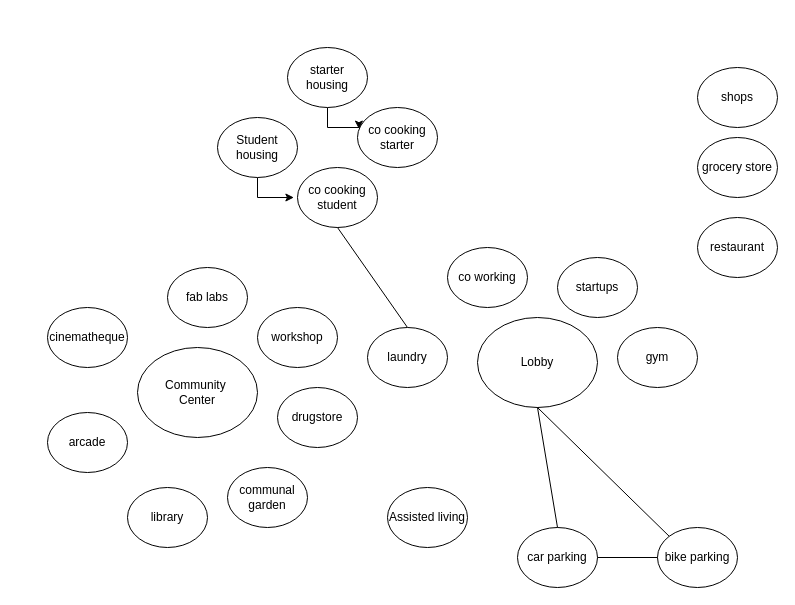
Before: webpage/docs/pdf/Metro_diag.drawio in Demnity/spatial_computing, a draw.io diagram. Source tidied: cells renumbered, new cells numbered last; positions are measured from the earlier drawing's top-left corner, leaving out a move shared by most shapes. Both pictures are drawn from the tidied source at 100%, with x=0, y=0 at pixel (47, 47).
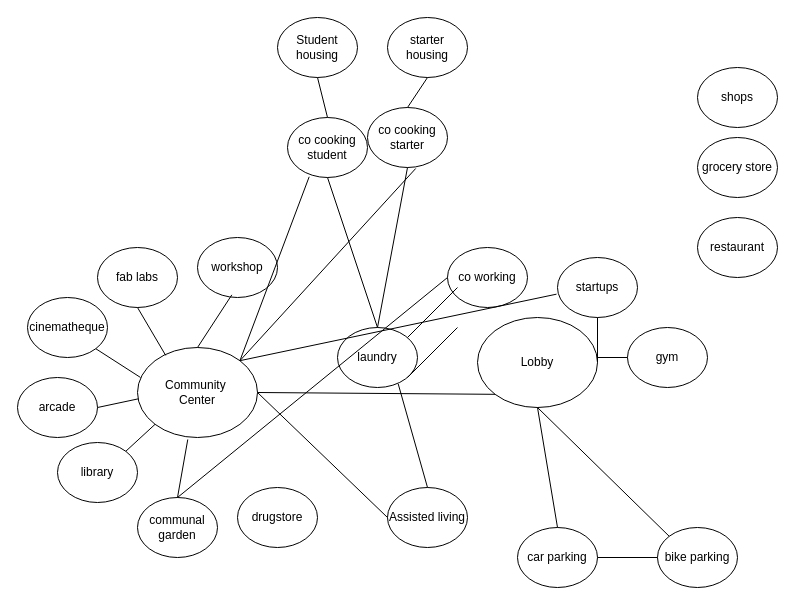
The same diagram, later.

Unchanged cells that the change refers to:
```xml
<mxCell id="7" value="Assisted living" style="ellipse;whiteSpace=wrap;html=1;" parent="1" vertex="1">
  <mxGeometry x="340" y="440" width="80" height="60" as="geometry" />
</mxCell>
<mxCell id="10" value="startups" style="ellipse;whiteSpace=wrap;html=1;" parent="1" vertex="1">
  <mxGeometry x="510" y="210" width="80" height="60" as="geometry" />
</mxCell>
<mxCell id="21" value="co working" style="ellipse;whiteSpace=wrap;html=1;" parent="1" vertex="1">
  <mxGeometry x="400" y="200" width="80" height="60" as="geometry" />
</mxCell>
<mxCell id="23" value="Community&amp;nbsp;&lt;br&gt;Center" style="ellipse;whiteSpace=wrap;html=1;" parent="1" vertex="1">
  <mxGeometry x="90" y="300" width="120" height="90" as="geometry" />
</mxCell>
<mxCell id="24" value="Lobby" style="ellipse;whiteSpace=wrap;html=1;" parent="1" vertex="1">
  <mxGeometry x="430" y="270" width="120" height="90" as="geometry" />
</mxCell>
```

Diff of the diagram source:
```diff
@@
     <mxCell id="2" value="arcade" style="ellipse;whiteSpace=wrap;html=1;" parent="1" vertex="1">
-      <mxGeometry y="365" width="80" height="60" as="geometry" />
+      <mxGeometry x="-30" y="330" width="80" height="60" as="geometry" />
     </mxCell>
@@
     <mxCell id="4" value="workshop" style="ellipse;whiteSpace=wrap;html=1;" parent="1" vertex="1">
-      <mxGeometry x="210" y="260" width="80" height="60" as="geometry" />
+      <mxGeometry x="150" y="190" width="80" height="60" as="geometry" />
     </mxCell>
@@
     <mxCell id="9" value="fab labs" style="ellipse;whiteSpace=wrap;html=1;" parent="1" vertex="1">
-      <mxGeometry x="120" y="220" width="80" height="60" as="geometry" />
+      <mxGeometry x="50" y="200" width="80" height="60" as="geometry" />
     </mxCell>
@@
     <mxCell id="11" value="library" style="ellipse;whiteSpace=wrap;html=1;" parent="1" vertex="1">
-      <mxGeometry x="80" y="440" width="80" height="60" as="geometry" />
+      <mxGeometry x="10" y="395" width="80" height="60" as="geometry" />
     </mxCell>
     <mxCell id="12" value="cinematheque" style="ellipse;whiteSpace=wrap;html=1;" parent="1" vertex="1">
-      <mxGeometry y="260" width="80" height="60" as="geometry" />
+      <mxGeometry x="-20" y="250" width="80" height="60" as="geometry" />
     </mxCell>
     <mxCell id="13" value="drugstore" style="ellipse;whiteSpace=wrap;html=1;" parent="1" vertex="1">
-      <mxGeometry x="230" y="340" width="80" height="60" as="geometry" />
+      <mxGeometry x="190" y="440" width="80" height="60" as="geometry" />
     </mxCell>
     <mxCell id="14" value="co cooking&lt;br&gt;starter" style="ellipse;whiteSpace=wrap;html=1;" parent="1" vertex="1">
-      <mxGeometry x="310" y="60" width="80" height="60" as="geometry" />
+      <mxGeometry x="320" y="60" width="80" height="60" as="geometry" />
     </mxCell>
-    <mxCell id="15" style="edgeStyle=orthogonalEdgeStyle;rounded=0;jettySize=auto;html=1;entryX=-0.045;entryY=0.484;entryDx=0;entryDy=0;entryPerimeter=0;" parent="1" edge="1" source="16" target="25">
-      <mxGeometry relative="1" as="geometry" />
-    </mxCell>
     <mxCell id="16" value="Student housing" style="ellipse;whiteSpace=wrap;html=1;" parent="1" vertex="1">
-      <mxGeometry x="170" y="70" width="80" height="60" as="geometry" />
+      <mxGeometry x="230" y="-30" width="80" height="60" as="geometry" />
     </mxCell>
-    <mxCell id="17" style="edgeStyle=orthogonalEdgeStyle;rounded=0;jettySize=auto;html=1;entryX=0.019;entryY=0.36;entryDx=0;entryDy=0;entryPerimeter=0;" parent="1" edge="1" source="18" target="14">
-      <mxGeometry relative="1" as="geometry" />
-    </mxCell>
     <mxCell id="18" value="starter housing" style="ellipse;whiteSpace=wrap;html=1;" parent="1" vertex="1">
-      <mxGeometry x="240" width="80" height="60" as="geometry" />
+      <mxGeometry x="340" y="-30" width="80" height="60" as="geometry" />
     </mxCell>
     <mxCell id="19" value="gym" style="ellipse;whiteSpace=wrap;html=1;" parent="1" vertex="1">
-      <mxGeometry x="570" y="280" width="80" height="60" as="geometry" />
+      <mxGeometry x="580" y="280" width="80" height="60" as="geometry" />
     </mxCell>
     <mxCell id="20" value="communal&lt;br&gt;garden" style="ellipse;whiteSpace=wrap;html=1;" parent="1" vertex="1">
-      <mxGeometry x="180" y="420" width="80" height="60" as="geometry" />
+      <mxGeometry x="90" y="450" width="80" height="60" as="geometry" />
     </mxCell>
@@
     <mxCell id="25" value="co cooking&lt;br&gt;student" style="ellipse;whiteSpace=wrap;html=1;" parent="1" vertex="1">
-      <mxGeometry x="250" y="120" width="80" height="60" as="geometry" />
+      <mxGeometry x="240" y="70" width="80" height="60" as="geometry" />
     </mxCell>
@@
     <mxCell id="30" value="laundry" style="ellipse;whiteSpace=wrap;html=1;" parent="1" vertex="1">
-      <mxGeometry x="320" y="280" width="80" height="60" as="geometry" />
+      <mxGeometry x="290" y="280" width="80" height="60" as="geometry" />
     </mxCell>
+    <mxCell id="31" style="endArrow=none;html=1;rounded=0;exitX=1;exitY=0;exitDx=0;exitDy=0;entryX=0.271;entryY=0.988;entryDx=0;entryDy=0;entryPerimeter=0;" parent="1" edge="1" source="23" target="25">
+      <mxGeometry relative="1" as="geometry" />
+    </mxCell>
+    <mxCell id="32" style="endArrow=none;html=1;rounded=0;exitX=1;exitY=0.5;exitDx=0;exitDy=0;entryX=0;entryY=0.5;entryDx=0;entryDy=0;" parent="1" edge="1" source="23" target="7">
+      <mxGeometry relative="1" as="geometry" />
+    </mxCell>
+    <mxCell id="33" style="endArrow=none;html=1;rounded=0;entryX=0.5;entryY=0;entryDx=0;entryDy=0;exitX=0.759;exitY=0.941;exitDx=0;exitDy=0;exitPerimeter=0;" parent="1" edge="1" source="30" target="7">
+      <mxGeometry relative="1" as="geometry" />
+    </mxCell>
+    <mxCell id="34" style="endArrow=none;html=1;rounded=0;entryX=0.603;entryY=1.016;entryDx=0;entryDy=0;entryPerimeter=0;exitX=1;exitY=0;exitDx=0;exitDy=0;" parent="1" edge="1" source="23" target="14">
+      <mxGeometry relative="1" as="geometry" />
+    </mxCell>
+    <mxCell id="35" style="endArrow=none;html=1;rounded=0;entryX=0.5;entryY=1;entryDx=0;entryDy=0;exitX=0.5;exitY=0;exitDx=0;exitDy=0;" parent="1" edge="1" source="30" target="14">
+      <mxGeometry relative="1" as="geometry" />
+    </mxCell>
+    <mxCell id="36" style="endArrow=none;html=1;rounded=0;entryX=0.5;entryY=1;entryDx=0;entryDy=0;exitX=0.5;exitY=0;exitDx=0;exitDy=0;" parent="1" edge="1" source="25" target="16">
+      <mxGeometry relative="1" as="geometry" />
+    </mxCell>
+    <mxCell id="37" style="endArrow=none;html=1;rounded=0;entryX=0.5;entryY=1;entryDx=0;entryDy=0;exitX=0.5;exitY=0;exitDx=0;exitDy=0;" parent="1" edge="1" source="14" target="18">
+      <mxGeometry relative="1" as="geometry" />
+    </mxCell>
+    <mxCell id="38" style="endArrow=none;html=1;rounded=0;entryX=0;entryY=0.5;entryDx=0;entryDy=0;exitX=0.5;exitY=0;exitDx=0;exitDy=0;" parent="1" edge="1" source="20" target="21">
+      <mxGeometry relative="1" as="geometry" />
+    </mxCell>
+    <mxCell id="39" style="endArrow=none;html=1;rounded=0;" parent="1" edge="1">
+      <mxGeometry relative="1" as="geometry">
+        <mxPoint x="360" y="290" as="sourcePoint" />
+        <mxPoint x="410" y="240" as="targetPoint" />
+      </mxGeometry>
+    </mxCell>
+    <mxCell id="40" style="endArrow=none;html=1;rounded=0;entryX=0.5;entryY=1;entryDx=0;entryDy=0;exitX=0.235;exitY=0.088;exitDx=0;exitDy=0;exitPerimeter=0;" parent="1" edge="1" source="23" target="9">
+      <mxGeometry relative="1" as="geometry" />
+    </mxCell>
+    <mxCell id="41" style="endArrow=none;html=1;rounded=0;entryX=1;entryY=1;entryDx=0;entryDy=0;exitX=0.025;exitY=0.333;exitDx=0;exitDy=0;exitPerimeter=0;" parent="1" edge="1" source="23" target="12">
+      <mxGeometry relative="1" as="geometry" />
+    </mxCell>
+    <mxCell id="42" style="endArrow=none;html=1;rounded=0;entryX=1;entryY=0.5;entryDx=0;entryDy=0;exitX=0.008;exitY=0.57;exitDx=0;exitDy=0;exitPerimeter=0;" parent="1" edge="1" source="23" target="2">
+      <mxGeometry relative="1" as="geometry" />
+    </mxCell>
+    <mxCell id="43" style="endArrow=none;html=1;rounded=0;entryX=1;entryY=0;entryDx=0;entryDy=0;exitX=0;exitY=1;exitDx=0;exitDy=0;" parent="1" edge="1" source="23" target="11">
+      <mxGeometry relative="1" as="geometry" />
+    </mxCell>
+    <mxCell id="44" style="endArrow=none;html=1;rounded=0;exitX=0.5;exitY=0;exitDx=0;exitDy=0;entryX=0.419;entryY=1.022;entryDx=0;entryDy=0;entryPerimeter=0;" parent="1" edge="1" source="20" target="23">
+      <mxGeometry relative="1" as="geometry" />
+    </mxCell>
+    <mxCell id="45" style="endArrow=none;html=1;rounded=0;exitX=1;exitY=0.5;exitDx=0;exitDy=0;entryX=0;entryY=1;entryDx=0;entryDy=0;" parent="1" edge="1" source="23" target="24">
+      <mxGeometry relative="1" as="geometry" />
+    </mxCell>
+    <mxCell id="46" style="endArrow=none;html=1;rounded=0;exitX=1;exitY=0;exitDx=0;exitDy=0;entryX=-0.012;entryY=0.611;entryDx=0;entryDy=0;entryPerimeter=0;" parent="1" edge="1" source="23" target="10">
+      <mxGeometry relative="1" as="geometry" />
+    </mxCell>
+    <mxCell id="47" style="endArrow=none;html=1;rounded=0;entryX=0.5;entryY=1;entryDx=0;entryDy=0;exitX=1;exitY=0.5;exitDx=0;exitDy=0;" parent="1" edge="1" source="24" target="10">
+      <mxGeometry relative="1" as="geometry" />
+    </mxCell>
+    <mxCell id="48" style="endArrow=none;html=1;rounded=0;entryX=0;entryY=0.5;entryDx=0;entryDy=0;" parent="1" edge="1" target="19">
+      <mxGeometry relative="1" as="geometry">
+        <mxPoint x="550" y="310" as="sourcePoint" />
+      </mxGeometry>
+    </mxCell>
+    <mxCell id="49" style="endArrow=none;html=1;rounded=0;exitX=0.5;exitY=0;exitDx=0;exitDy=0;entryX=0.429;entryY=0.956;entryDx=0;entryDy=0;entryPerimeter=0;" parent="1" edge="1" source="23" target="4">
+      <mxGeometry relative="1" as="geometry" />
+    </mxCell>
+    <mxCell id="50" style="endArrow=none;html=1;rounded=0;" parent="1" edge="1">
+      <mxGeometry relative="1" as="geometry">
+        <mxPoint x="360" y="330" as="sourcePoint" />
+        <mxPoint x="410" y="280" as="targetPoint" />
+      </mxGeometry>
+    </mxCell>
```
